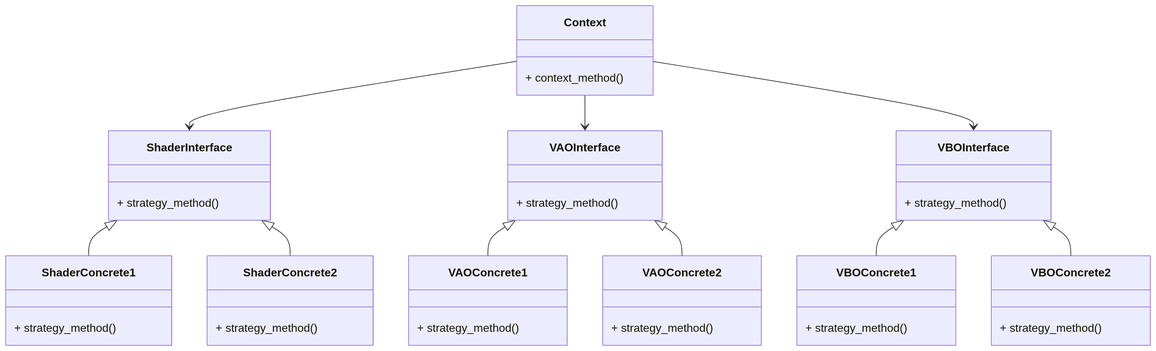
chocolate-pie24/gl_choco_engine keeps this Mermaid diagram as docs/architecture/renderer_system/renderer_backend/strategy.png. Above is the earlier version. Its source is kept beside it as docs/architecture/renderer_system/renderer_backend/strategy.mmd. Source of this version:
```mermaid
classDiagram
    Context : + context_method()

    ShaderInterface : + strategy_method()
    ShaderConcrete1 : + strategy_method()
    ShaderConcrete2 : + strategy_method()

    VAOInterface : + strategy_method()
    VAOConcrete1 : + strategy_method()
    VAOConcrete2 : + strategy_method()

    VBOInterface : + strategy_method()
    VBOConcrete1 : + strategy_method()
    VBOConcrete2 : + strategy_method()

    Context --> ShaderInterface
    ShaderInterface <|-- ShaderConcrete1
    ShaderInterface <|-- ShaderConcrete2

    Context --> VAOInterface
    VAOInterface <|-- VAOConcrete1
    VAOInterface <|-- VAOConcrete2

    Context --> VBOInterface
    VBOInterface <|-- VBOConcrete1
    VBOInterface <|-- VBOConcrete2
```
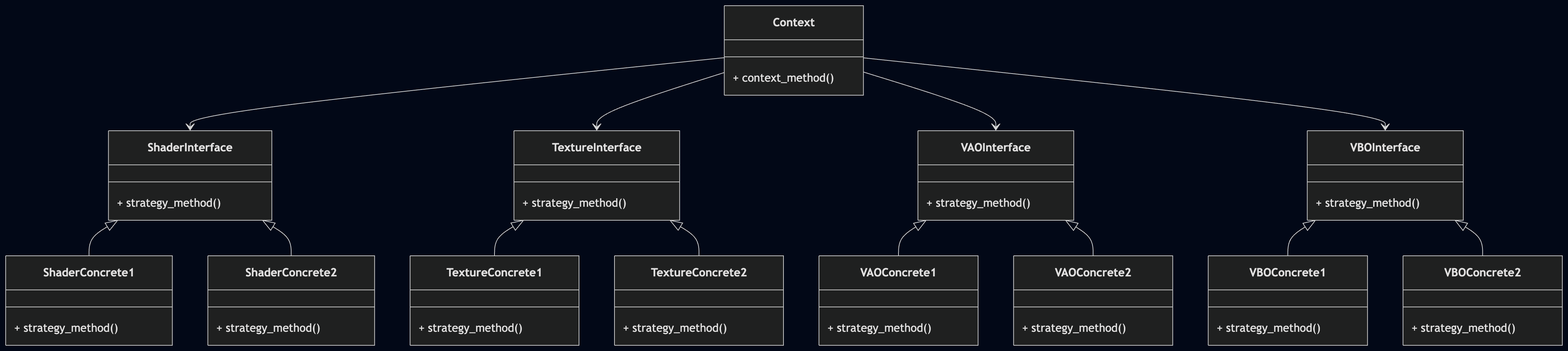
After the commit.

Commit message:
docs: renderer_backend構造修正

What changed in the source:
```diff
@@ -4,6 +4,10 @@
     ShaderInterface : + strategy_method()
     ShaderConcrete1 : + strategy_method()
     ShaderConcrete2 : + strategy_method()
+
+    TextureInterface : + strategy_method()
+    TextureConcrete1 : + strategy_method()
+    TextureConcrete2 : + strategy_method()
 
     VAOInterface : + strategy_method()
     VAOConcrete1 : + strategy_method()
@@ -17,6 +21,10 @@
     ShaderInterface <|-- ShaderConcrete1
     ShaderInterface <|-- ShaderConcrete2
 
+    Context --> TextureInterface
+    TextureInterface <|-- TextureConcrete1
+    TextureInterface <|-- TextureConcrete2
+
     Context --> VAOInterface
     VAOInterface <|-- VAOConcrete1
     VAOInterface <|-- VAOConcrete2
```
